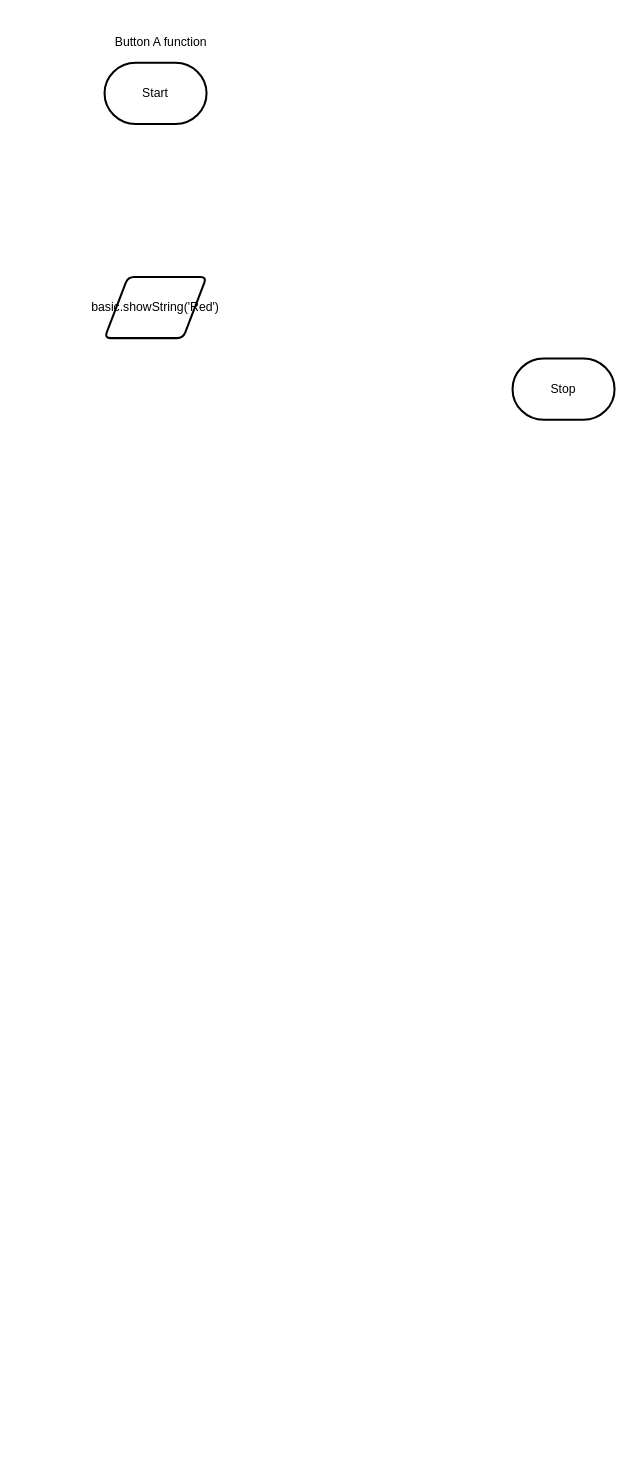
The draw.io diagram design/flowchart.drawio in MTHS-TEJ2O-1-2023/TEJ2O-Unit-2-08-Liya-Getachew, before the edit. Source tidied: cells renumbered, new cells numbered last; positions are measured from the earlier drawing's top-left corner, leaving out a move shared by most shapes. Both pictures are drawn from the tidied source at 102%, with x=0, y=0 at pixel (104, 27).
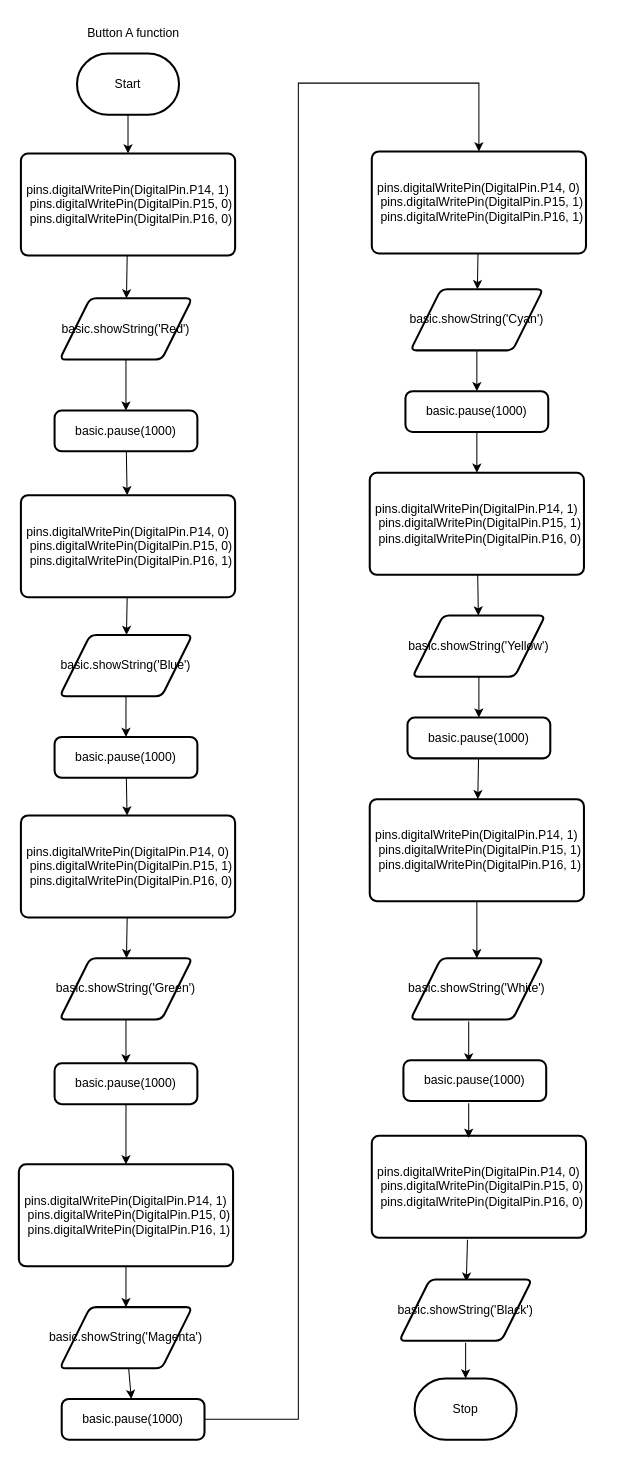
The same page after the edit.

Diff of the diagram source:
```diff
@@
+    <mxCell id="6" style="edgeStyle=none;html=1;entryX=0.5;entryY=0;entryDx=0;entryDy=0;" parent="1" edge="1" source="2" target="5">
+      <mxGeometry relative="1" as="geometry" />
+    </mxCell>
     <mxCell id="2" value="Start" style="strokeWidth=2;html=1;shape=mxgraph.flowchart.terminator;whiteSpace=wrap;" parent="1" vertex="1">
-      <mxGeometry y="35" width="100" height="60" as="geometry" />
+      <mxGeometry x="-27" y="26" width="100" height="60" as="geometry" />
     </mxCell>
     <mxCell id="3" value="Stop" style="strokeWidth=2;html=1;shape=mxgraph.flowchart.terminator;whiteSpace=wrap;" parent="1" vertex="1">
-      <mxGeometry x="400" y="325" width="100" height="60" as="geometry" />
+      <mxGeometry x="304" y="1325" width="100" height="60" as="geometry" />
     </mxCell>
     <mxCell id="4" value="Button A function" style="text;html=1;align=center;verticalAlign=middle;strokeColor=none;fillColor=none;" parent="1" vertex="1">
-      <mxGeometry width="110" height="30" as="geometry" />
+      <mxGeometry x="-27" y="-9" width="110" height="30" as="geometry" />
     </mxCell>
+    <mxCell id="7" style="edgeStyle=none;html=1;" parent="1" edge="1" source="5" target="23">
+      <mxGeometry relative="1" as="geometry" />
+    </mxCell>
-    <mxCell id="5" value="basic.showString('Red')" style="shape=parallelogram;html=1;strokeWidth=2;perimeter=parallelogramPerimeter;whiteSpace=wrap;rounded=1;arcSize=12;size=0.23;" parent="1" vertex="1">
-      <mxGeometry y="245" width="100" height="60" as="geometry" />
+    <mxCell id="5" value="&lt;div&gt;pins.digitalWritePin(DigitalPin.P14, 1)&lt;/div&gt;&lt;div&gt;&amp;nbsp; pins.digitalWritePin(DigitalPin.P15, 0)&lt;/div&gt;&lt;div&gt;&amp;nbsp; pins.digitalWritePin(DigitalPin.P16, 0)&lt;/div&gt;" style="rounded=1;whiteSpace=wrap;html=1;absoluteArcSize=1;arcSize=14;strokeWidth=2;fontStyle=0;" parent="1" vertex="1">
+      <mxGeometry x="-82" y="124" width="210" height="100" as="geometry" />
     </mxCell>
+    <mxCell id="8" style="edgeStyle=none;html=1;" parent="1" edge="1" source="9" target="25">
+      <mxGeometry relative="1" as="geometry" />
+    </mxCell>
+    <mxCell id="9" value="&lt;div&gt;pins.digitalWritePin(DigitalPin.P14, 0)&lt;/div&gt;&lt;div&gt;&amp;nbsp; pins.digitalWritePin(DigitalPin.P15, 0)&lt;/div&gt;&lt;div&gt;&amp;nbsp; pins.digitalWritePin(DigitalPin.P16, 1)&lt;/div&gt;" style="rounded=1;whiteSpace=wrap;html=1;absoluteArcSize=1;arcSize=14;strokeWidth=2;" parent="1" vertex="1">
+      <mxGeometry x="-82" y="459" width="210" height="100" as="geometry" />
+    </mxCell>
+    <mxCell id="10" style="edgeStyle=none;html=1;" parent="1" edge="1" source="11" target="27">
+      <mxGeometry relative="1" as="geometry" />
+    </mxCell>
+    <mxCell id="11" value="&lt;div&gt;pins.digitalWritePin(DigitalPin.P14, 0)&lt;/div&gt;&lt;div&gt;&amp;nbsp; pins.digitalWritePin(DigitalPin.P15, 1)&lt;/div&gt;&lt;div&gt;&amp;nbsp; pins.digitalWritePin(DigitalPin.P16, 0)&lt;/div&gt;" style="rounded=1;whiteSpace=wrap;html=1;absoluteArcSize=1;arcSize=14;strokeWidth=2;" parent="1" vertex="1">
+      <mxGeometry x="-82" y="773" width="210" height="100" as="geometry" />
+    </mxCell>
+    <mxCell id="12" style="edgeStyle=orthogonalEdgeStyle;html=1;rounded=0;" parent="1" edge="1" source="13" target="29">
+      <mxGeometry relative="1" as="geometry" />
+    </mxCell>
+    <mxCell id="13" value="&lt;div&gt;pins.digitalWritePin(DigitalPin.P14, 1)&lt;/div&gt;&lt;div&gt;&amp;nbsp; pins.digitalWritePin(DigitalPin.P15, 0)&lt;/div&gt;&lt;div&gt;&amp;nbsp; pins.digitalWritePin(DigitalPin.P16, 1)&lt;/div&gt;" style="rounded=1;whiteSpace=wrap;html=1;absoluteArcSize=1;arcSize=14;strokeWidth=2;" parent="1" vertex="1">
+      <mxGeometry x="-84" y="1115" width="210" height="100" as="geometry" />
+    </mxCell>
+    <mxCell id="14" style="edgeStyle=none;html=1;" parent="1" edge="1" source="15" target="31">
+      <mxGeometry relative="1" as="geometry" />
+    </mxCell>
+    <mxCell id="15" value="&lt;div&gt;pins.digitalWritePin(DigitalPin.P14, 0)&lt;/div&gt;&lt;div&gt;&amp;nbsp; pins.digitalWritePin(DigitalPin.P15, 1)&lt;/div&gt;&lt;div&gt;&amp;nbsp; pins.digitalWritePin(DigitalPin.P16, 1)&lt;/div&gt;" style="rounded=1;whiteSpace=wrap;html=1;absoluteArcSize=1;arcSize=14;strokeWidth=2;" parent="1" vertex="1">
+      <mxGeometry x="262" y="122" width="210" height="100" as="geometry" />
+    </mxCell>
+    <mxCell id="16" style="edgeStyle=none;html=1;" parent="1" edge="1" source="17" target="33">
+      <mxGeometry relative="1" as="geometry" />
+    </mxCell>
+    <mxCell id="17" value="&lt;div&gt;pins.digitalWritePin(DigitalPin.P14, 1)&lt;/div&gt;&lt;div&gt;&amp;nbsp; pins.digitalWritePin(DigitalPin.P15, 1)&lt;/div&gt;&lt;div&gt;&amp;nbsp; pins.digitalWritePin(DigitalPin.P16, 0)&lt;/div&gt;" style="rounded=1;whiteSpace=wrap;html=1;absoluteArcSize=1;arcSize=14;strokeWidth=2;" parent="1" vertex="1">
+      <mxGeometry x="260" y="437" width="210" height="100" as="geometry" />
+    </mxCell>
+    <mxCell id="18" style="edgeStyle=orthogonalEdgeStyle;rounded=0;html=1;entryX=0.5;entryY=0;entryDx=0;entryDy=0;" parent="1" edge="1" source="19" target="35">
+      <mxGeometry relative="1" as="geometry" />
+    </mxCell>
+    <mxCell id="19" value="&lt;div&gt;pins.digitalWritePin(DigitalPin.P14, 1)&lt;/div&gt;&lt;div&gt;&amp;nbsp; pins.digitalWritePin(DigitalPin.P15, 1)&lt;/div&gt;&lt;div&gt;&amp;nbsp; pins.digitalWritePin(DigitalPin.P16, 1)&lt;/div&gt;" style="rounded=1;whiteSpace=wrap;html=1;absoluteArcSize=1;arcSize=14;strokeWidth=2;" parent="1" vertex="1">
+      <mxGeometry x="260" y="757" width="210" height="100" as="geometry" />
+    </mxCell>
+    <mxCell id="20" style="edgeStyle=none;html=1;" parent="1" edge="1">
+      <mxGeometry relative="1" as="geometry">
+        <mxPoint x="355.8" y="1189" as="sourcePoint" />
+        <mxPoint x="354.7" y="1230" as="targetPoint" />
+      </mxGeometry>
+    </mxCell>
+    <mxCell id="21" value="&lt;div&gt;pins.digitalWritePin(DigitalPin.P14, 0)&lt;/div&gt;&lt;div&gt;&amp;nbsp; pins.digitalWritePin(DigitalPin.P15, 0)&lt;/div&gt;&lt;div&gt;&amp;nbsp; pins.digitalWritePin(DigitalPin.P16, 0)&lt;/div&gt;" style="rounded=1;whiteSpace=wrap;html=1;absoluteArcSize=1;arcSize=14;strokeWidth=2;" parent="1" vertex="1">
+      <mxGeometry x="262" y="1087" width="210" height="100" as="geometry" />
+    </mxCell>
+    <mxCell id="22" style="edgeStyle=none;html=1;" parent="1" edge="1" source="23" target="39">
+      <mxGeometry relative="1" as="geometry" />
+    </mxCell>
+    <mxCell id="23" value="basic.showString('Red')" style="shape=parallelogram;html=1;strokeWidth=2;perimeter=parallelogramPerimeter;whiteSpace=wrap;rounded=1;arcSize=12;size=0.23;" parent="1" vertex="1">
+      <mxGeometry x="-44" y="266" width="130" height="60" as="geometry" />
+    </mxCell>
+    <mxCell id="24" style="edgeStyle=none;html=1;" parent="1" edge="1" source="25" target="41">
+      <mxGeometry relative="1" as="geometry" />
+    </mxCell>
+    <mxCell id="25" value="basic.showString('Blue')" style="shape=parallelogram;html=1;strokeWidth=2;perimeter=parallelogramPerimeter;whiteSpace=wrap;rounded=1;arcSize=12;size=0.23;" parent="1" vertex="1">
+      <mxGeometry x="-44" y="596" width="130" height="60" as="geometry" />
+    </mxCell>
+    <mxCell id="26" style="edgeStyle=none;html=1;" parent="1" edge="1" source="27" target="43">
+      <mxGeometry relative="1" as="geometry" />
+    </mxCell>
+    <mxCell id="27" value="basic.showString('Green')" style="shape=parallelogram;html=1;strokeWidth=2;perimeter=parallelogramPerimeter;whiteSpace=wrap;rounded=1;arcSize=12;size=0.23;" parent="1" vertex="1">
+      <mxGeometry x="-44" y="913" width="130" height="60" as="geometry" />
+    </mxCell>
+    <mxCell id="28" style="edgeStyle=none;html=1;" parent="1" edge="1" source="29" target="45">
+      <mxGeometry relative="1" as="geometry" />
+    </mxCell>
+    <mxCell id="29" value="basic.showString('Magenta')" style="shape=parallelogram;html=1;strokeWidth=2;perimeter=parallelogramPerimeter;whiteSpace=wrap;rounded=1;arcSize=12;size=0.23;" parent="1" vertex="1">
+      <mxGeometry x="-44" y="1255" width="130" height="60" as="geometry" />
+    </mxCell>
+    <mxCell id="30" style="edgeStyle=none;html=1;" parent="1" edge="1" source="31" target="47">
+      <mxGeometry relative="1" as="geometry" />
+    </mxCell>
+    <mxCell id="31" value="basic.showString('Cyan')" style="shape=parallelogram;html=1;strokeWidth=2;perimeter=parallelogramPerimeter;whiteSpace=wrap;rounded=1;arcSize=12;size=0.23;" parent="1" vertex="1">
+      <mxGeometry x="300" y="257" width="130" height="60" as="geometry" />
+    </mxCell>
+    <mxCell id="32" style="edgeStyle=none;html=1;" parent="1" edge="1" source="33" target="49">
+      <mxGeometry relative="1" as="geometry" />
+    </mxCell>
+    <mxCell id="33" value="basic.showString('Yellow')" style="shape=parallelogram;html=1;strokeWidth=2;perimeter=parallelogramPerimeter;whiteSpace=wrap;rounded=1;arcSize=12;size=0.23;" parent="1" vertex="1">
+      <mxGeometry x="302" y="577" width="130" height="60" as="geometry" />
+    </mxCell>
+    <mxCell id="34" style="edgeStyle=none;html=1;" parent="1" edge="1">
+      <mxGeometry relative="1" as="geometry">
+        <mxPoint x="357" y="975" as="sourcePoint" />
+        <mxPoint x="357" y="1015" as="targetPoint" />
+      </mxGeometry>
+    </mxCell>
+    <mxCell id="35" value="basic.showString('White')" style="shape=parallelogram;html=1;strokeWidth=2;perimeter=parallelogramPerimeter;whiteSpace=wrap;rounded=1;arcSize=12;size=0.23;" parent="1" vertex="1">
+      <mxGeometry x="300" y="913" width="130" height="60" as="geometry" />
+    </mxCell>
+    <mxCell id="36" style="edgeStyle=none;html=1;" parent="1" edge="1" target="3">
+      <mxGeometry relative="1" as="geometry">
+        <mxPoint x="354" y="1290" as="sourcePoint" />
+      </mxGeometry>
+    </mxCell>
+    <mxCell id="37" value="basic.showString('Black')" style="shape=parallelogram;html=1;strokeWidth=2;perimeter=parallelogramPerimeter;whiteSpace=wrap;rounded=1;arcSize=12;size=0.23;" parent="1" vertex="1">
+      <mxGeometry x="289" y="1228" width="130" height="60" as="geometry" />
+    </mxCell>
+    <mxCell id="38" style="edgeStyle=none;html=1;" parent="1" edge="1" source="39" target="9">
+      <mxGeometry relative="1" as="geometry" />
+    </mxCell>
+    <mxCell id="39" value="basic.pause(1000)" style="rounded=1;whiteSpace=wrap;html=1;absoluteArcSize=1;arcSize=14;strokeWidth=2;" parent="1" vertex="1">
+      <mxGeometry x="-49" y="376" width="140" height="40" as="geometry" />
+    </mxCell>
+    <mxCell id="40" style="edgeStyle=none;html=1;" parent="1" edge="1" source="41" target="11">
+      <mxGeometry relative="1" as="geometry" />
+    </mxCell>
+    <mxCell id="41" value="basic.pause(1000)" style="rounded=1;whiteSpace=wrap;html=1;absoluteArcSize=1;arcSize=14;strokeWidth=2;" parent="1" vertex="1">
+      <mxGeometry x="-49" y="696" width="140" height="40" as="geometry" />
+    </mxCell>
+    <mxCell id="42" style="edgeStyle=orthogonalEdgeStyle;rounded=0;html=1;" parent="1" edge="1" source="43" target="13">
+      <mxGeometry relative="1" as="geometry" />
+    </mxCell>
+    <mxCell id="43" value="basic.pause(1000)" style="rounded=1;whiteSpace=wrap;html=1;absoluteArcSize=1;arcSize=14;strokeWidth=2;" parent="1" vertex="1">
+      <mxGeometry x="-49" y="1016" width="140" height="40" as="geometry" />
+    </mxCell>
+    <mxCell id="44" style="edgeStyle=orthogonalEdgeStyle;html=1;rounded=0;" parent="1" edge="1" source="45" target="15">
+      <mxGeometry relative="1" as="geometry">
+        <Array as="points">
+          <mxPoint x="190" y="1365" />
+          <mxPoint x="190" y="55" />
+          <mxPoint x="367" y="55" />
+        </Array>
+      </mxGeometry>
+    </mxCell>
+    <mxCell id="45" value="basic.pause(1000)" style="rounded=1;whiteSpace=wrap;html=1;absoluteArcSize=1;arcSize=14;strokeWidth=2;" parent="1" vertex="1">
+      <mxGeometry x="-42" y="1345" width="140" height="40" as="geometry" />
+    </mxCell>
+    <mxCell id="46" style="edgeStyle=none;html=1;" parent="1" edge="1" source="47" target="17">
+      <mxGeometry relative="1" as="geometry" />
+    </mxCell>
+    <mxCell id="47" value="basic.pause(1000)" style="rounded=1;whiteSpace=wrap;html=1;absoluteArcSize=1;arcSize=14;strokeWidth=2;" parent="1" vertex="1">
+      <mxGeometry x="295" y="357" width="140" height="40" as="geometry" />
+    </mxCell>
+    <mxCell id="48" style="edgeStyle=none;html=1;" parent="1" edge="1" source="49" target="19">
+      <mxGeometry relative="1" as="geometry" />
+    </mxCell>
+    <mxCell id="49" value="basic.pause(1000)" style="rounded=1;whiteSpace=wrap;html=1;absoluteArcSize=1;arcSize=14;strokeWidth=2;" parent="1" vertex="1">
+      <mxGeometry x="297" y="677" width="140" height="40" as="geometry" />
+    </mxCell>
+    <mxCell id="50" style="edgeStyle=none;html=1;" parent="1" edge="1">
+      <mxGeometry relative="1" as="geometry">
+        <mxPoint x="357" y="1055" as="sourcePoint" />
+        <mxPoint x="357" y="1089" as="targetPoint" />
+      </mxGeometry>
+    </mxCell>
+    <mxCell id="51" value="basic.pause(1000)" style="rounded=1;whiteSpace=wrap;html=1;absoluteArcSize=1;arcSize=14;strokeWidth=2;" parent="1" vertex="1">
+      <mxGeometry x="293" y="1013" width="140" height="40" as="geometry" />
+    </mxCell>
```
